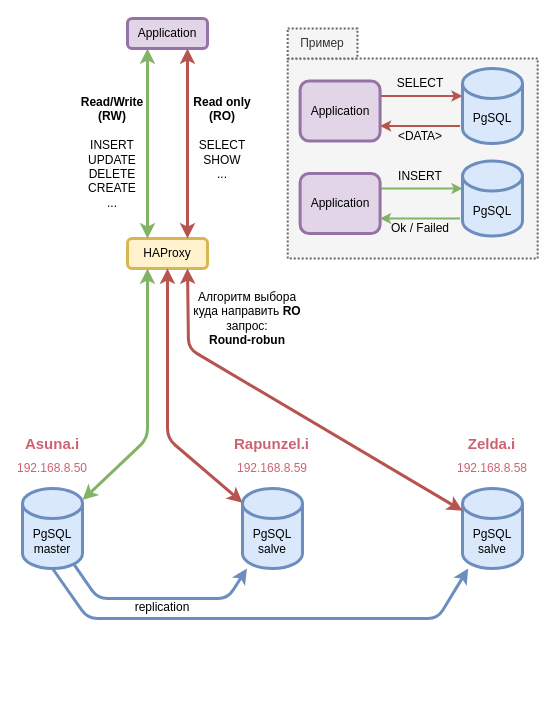
Before: page "Software PgSQL" (2 of 8) of docs/schemes/Argobay-main.drawio in SnipGhost/argobay-ansible, a draw.io diagram. Source tidied: cells renumbered, new cells numbered last; positions are measured from the earlier drawing's top-left corner, leaving out a move shared by most shapes. Both pictures are drawn from the tidied source at 100%, with x=0, y=0 at pixel (17, 18).
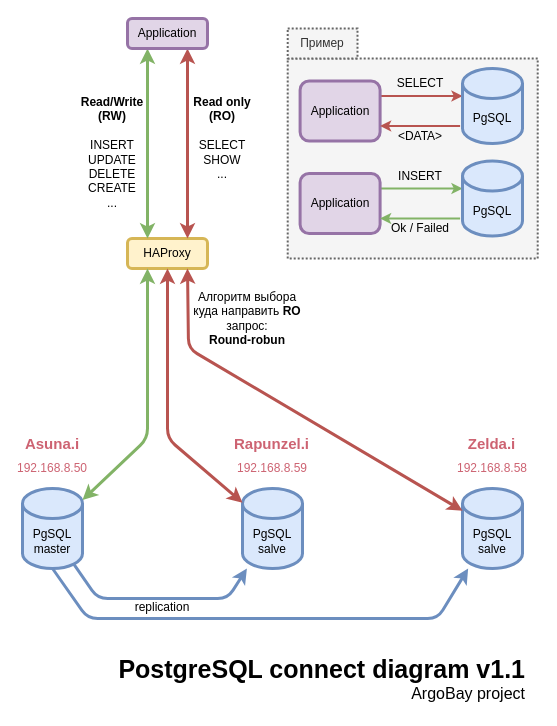
Above is the later version.

The edit, as a diff of the source:
```diff
@@
+    <mxCell id="38" value="&lt;span style=&quot;font-size: 25px&quot;&gt;&lt;b&gt;PostgreSQL connect diagram v1.1&lt;/b&gt;&lt;/span&gt;&lt;br&gt;&lt;div&gt;&lt;font style=&quot;font-size: 16px&quot;&gt;ArgoBay project&lt;/font&gt;&lt;/div&gt;" style="text;html=1;strokeColor=none;fillColor=none;align=right;verticalAlign=middle;whiteSpace=wrap;rounded=0;dashed=1;" parent="1" vertex="1">
+      <mxGeometry x="90" y="630" width="420" height="60" as="geometry" />
+    </mxCell>
```
